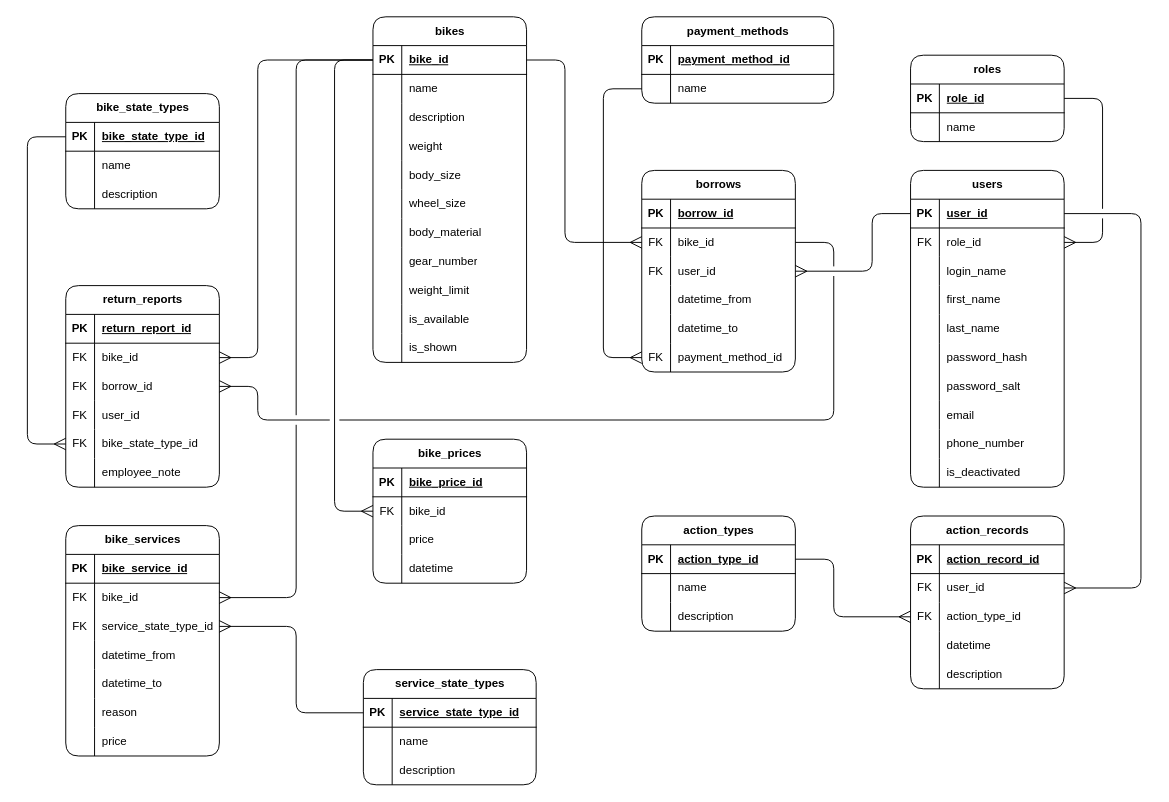
Above: page "ER Diagram" (6 of 6) of diagrams.drawio in KrazyManJ/jolt (draw.io), before the change. Source tidied: cells renumbered, new cells numbered last; positions are measured from the earlier drawing's top-left corner, leaving out a move shared by most shapes. Both pictures are drawn from the tidied source at 96%, with x=0, y=0 at pixel (27, 16).
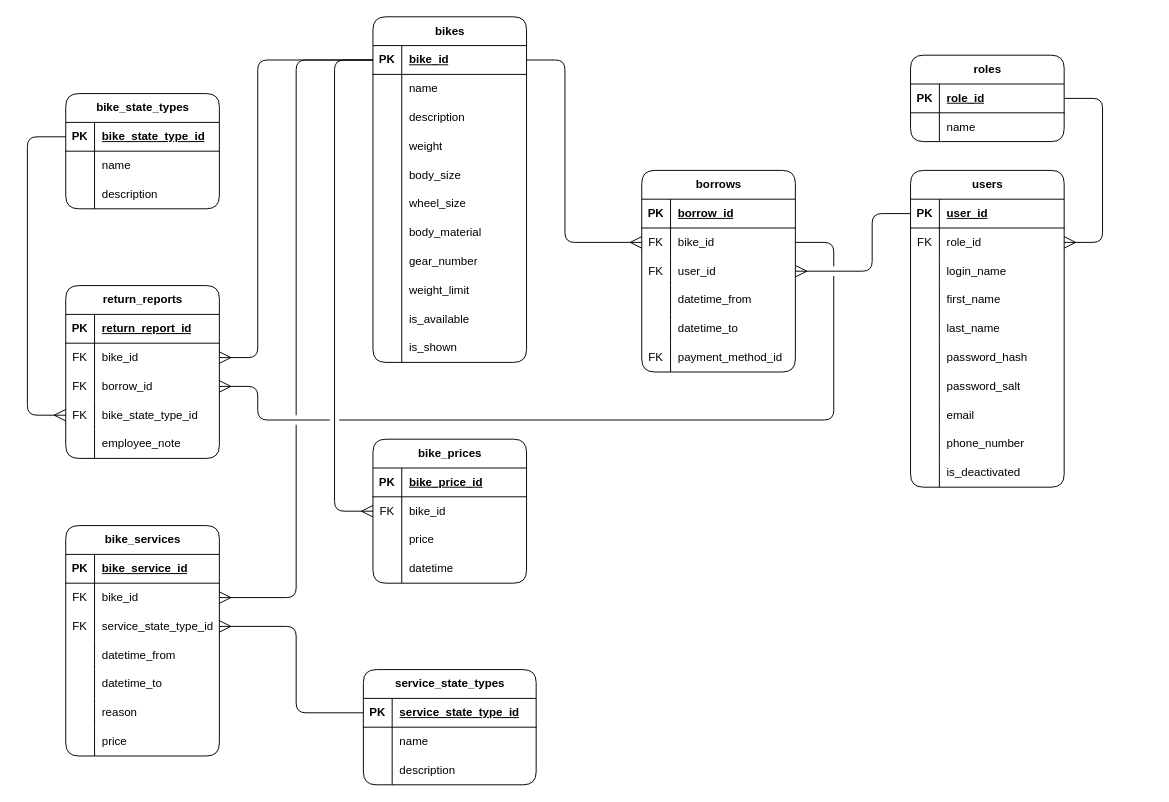
After the change.

The change refers to these unchanged cells:
```xml
<mxCell id="52" style="shape=tableRow;horizontal=0;startSize=0;swimlaneHead=0;swimlaneBody=0;fillColor=none;points=[[0,0.5],[1,0.5]];portConstraint=eastwest;top=0;left=0;right=0;bottom=0;html=1;" parent="36" vertex="1">
  <mxGeometry y="180" width="160" height="30" as="geometry" />
</mxCell>
<mxCell id="71" style="shape=tableRow;horizontal=0;startSize=0;swimlaneHead=0;swimlaneBody=0;fillColor=none;points=[[0,0.5],[1,0.5]];portConstraint=eastwest;top=0;left=0;right=0;bottom=1;html=1;" parent="70" vertex="1">
  <mxGeometry y="30" width="160" height="30" as="geometry" />
</mxCell>
<mxCell id="183" style="shape=tableRow;horizontal=0;startSize=0;swimlaneHead=0;swimlaneBody=0;fillColor=none;points=[[0,0.5],[1,0.5]];portConstraint=eastwest;top=0;left=0;right=0;bottom=1;html=1;" parent="182" vertex="1">
  <mxGeometry y="30" width="160" height="30" as="geometry" />
</mxCell>
```

Diff of the diagram source:
```diff
@@
-    <mxCell id="102" value="action_records" style="shape=table;startSize=30;childLayout=tableLayout;rowLines=0;fontStyle=1;align=center;html=1;rounded=1;" parent="1" vertex="1">
-      <mxGeometry x="920" y="520" width="160" height="180" as="geometry" />
-    </mxCell>
-    <mxCell id="103" style="shape=tableRow;horizontal=0;startSize=0;swimlaneHead=0;swimlaneBody=0;fillColor=none;top=0;left=0;right=0;bottom=1;html=1;" parent="102" vertex="1">
-      <mxGeometry y="30" width="160" height="30" as="geometry" />
-    </mxCell>
-    <mxCell id="104" value="PK" style="shape=partialRectangle;fillColor=none;top=0;left=0;bottom=0;right=0;fontStyle=1;overflow=hidden;html=1;" parent="103" vertex="1">
-      <mxGeometry width="30" height="30" as="geometry" />
-    </mxCell>
-    <mxCell id="105" value="action_record_id" style="shape=partialRectangle;fillColor=none;top=0;left=0;bottom=0;right=0;align=left;spacingLeft=6;fontStyle=5;overflow=hidden;html=1;" parent="103" vertex="1">
-      <mxGeometry x="30" width="130" height="30" as="geometry" />
-    </mxCell>
-    <mxCell id="106" style="shape=tableRow;horizontal=0;startSize=0;swimlaneHead=0;swimlaneBody=0;fillColor=none;points=[[0,0.5],[1,0.5]];portConstraint=eastwest;top=0;left=0;right=0;bottom=0;html=1;" parent="102" vertex="1">
-      <mxGeometry y="60" width="160" height="30" as="geometry" />
-    </mxCell>
-    <mxCell id="107" value="FK" style="shape=partialRectangle;fillColor=none;top=0;left=0;bottom=0;right=0;overflow=hidden;html=1;fontStyle=0;" parent="106" vertex="1">
-      <mxGeometry width="30" height="30" as="geometry" />
-    </mxCell>
-    <mxCell id="108" value="user_id" style="shape=partialRectangle;fillColor=none;top=0;left=0;bottom=0;right=0;align=left;spacingLeft=6;overflow=hidden;html=1;" parent="106" vertex="1">
-      <mxGeometry x="30" width="130" height="30" as="geometry" />
-    </mxCell>
-    <mxCell id="109" style="shape=tableRow;horizontal=0;startSize=0;swimlaneHead=0;swimlaneBody=0;fillColor=none;points=[[0,0.5],[1,0.5]];portConstraint=eastwest;top=0;left=0;right=0;bottom=0;html=1;" parent="102" vertex="1">
-      <mxGeometry y="90" width="160" height="30" as="geometry" />
-    </mxCell>
-    <mxCell id="110" value="FK" style="shape=partialRectangle;fillColor=none;top=0;left=0;bottom=0;right=0;overflow=hidden;html=1;fontStyle=0;" parent="109" vertex="1">
-      <mxGeometry width="30" height="30" as="geometry" />
-    </mxCell>
-    <mxCell id="111" value="action_type_id" style="shape=partialRectangle;fillColor=none;top=0;left=0;bottom=0;right=0;align=left;spacingLeft=6;overflow=hidden;html=1;" parent="109" vertex="1">
-      <mxGeometry x="30" width="130" height="30" as="geometry" />
-    </mxCell>
-    <mxCell id="112" style="shape=tableRow;horizontal=0;startSize=0;swimlaneHead=0;swimlaneBody=0;fillColor=none;top=0;left=0;right=0;bottom=0;html=1;" parent="102" vertex="1">
-      <mxGeometry y="120" width="160" height="30" as="geometry" />
-    </mxCell>
-    <mxCell id="113" style="shape=partialRectangle;fillColor=none;top=0;left=0;bottom=0;right=0;overflow=hidden;html=1;fontStyle=0;" parent="112" vertex="1">
-      <mxGeometry width="30" height="30" as="geometry" />
-    </mxCell>
-    <mxCell id="114" value="datetime" style="shape=partialRectangle;fillColor=none;top=0;left=0;bottom=0;right=0;align=left;spacingLeft=6;overflow=hidden;html=1;" parent="112" vertex="1">
-      <mxGeometry x="30" width="130" height="30" as="geometry" />
-    </mxCell>
-    <mxCell id="115" style="shape=tableRow;horizontal=0;startSize=0;swimlaneHead=0;swimlaneBody=0;fillColor=none;top=0;left=0;right=0;bottom=0;html=1;" parent="102" vertex="1">
-      <mxGeometry y="150" width="160" height="30" as="geometry" />
-    </mxCell>
-    <mxCell id="116" style="shape=partialRectangle;fillColor=none;top=0;left=0;bottom=0;right=0;overflow=hidden;html=1;fontStyle=0;" parent="115" vertex="1">
-      <mxGeometry width="30" height="30" as="geometry" />
-    </mxCell>
-    <mxCell id="117" value="description" style="shape=partialRectangle;fillColor=none;top=0;left=0;bottom=0;right=0;align=left;spacingLeft=6;overflow=hidden;html=1;" parent="115" vertex="1">
-      <mxGeometry x="30" width="130" height="30" as="geometry" />
-    </mxCell>
-    <mxCell id="118" value="action_types" style="shape=table;startSize=30;childLayout=tableLayout;rowLines=0;fontStyle=1;align=center;html=1;rounded=1;" parent="1" vertex="1">
-      <mxGeometry x="640" y="520" width="160" height="120" as="geometry" />
-    </mxCell>
-    <mxCell id="119" style="shape=tableRow;horizontal=0;startSize=0;swimlaneHead=0;swimlaneBody=0;fillColor=none;points=[[0,0.5],[1,0.5]];portConstraint=eastwest;top=0;left=0;right=0;bottom=1;html=1;" parent="118" vertex="1">
-      <mxGeometry y="30" width="160" height="30" as="geometry" />
-    </mxCell>
-    <mxCell id="120" value="PK" style="shape=partialRectangle;fillColor=none;top=0;left=0;bottom=0;right=0;fontStyle=1;overflow=hidden;html=1;" parent="119" vertex="1">
-      <mxGeometry width="30" height="30" as="geometry" />
-    </mxCell>
-    <mxCell id="121" value="action_type_id" style="shape=partialRectangle;fillColor=none;top=0;left=0;bottom=0;right=0;align=left;spacingLeft=6;fontStyle=5;overflow=hidden;html=1;" parent="119" vertex="1">
-      <mxGeometry x="30" width="130" height="30" as="geometry" />
-    </mxCell>
-    <mxCell id="122" style="shape=tableRow;horizontal=0;startSize=0;swimlaneHead=0;swimlaneBody=0;fillColor=none;top=0;left=0;right=0;bottom=0;html=1;" parent="118" vertex="1">
-      <mxGeometry y="60" width="160" height="30" as="geometry" />
-    </mxCell>
-    <mxCell id="123" style="shape=partialRectangle;fillColor=none;top=0;left=0;bottom=0;right=0;overflow=hidden;html=1;fontStyle=0;" parent="122" vertex="1">
-      <mxGeometry width="30" height="30" as="geometry" />
-    </mxCell>
-    <mxCell id="124" value="name" style="shape=partialRectangle;fillColor=none;top=0;left=0;bottom=0;right=0;align=left;spacingLeft=6;overflow=hidden;html=1;" parent="122" vertex="1">
-      <mxGeometry x="30" width="130" height="30" as="geometry" />
-    </mxCell>
-    <mxCell id="125" style="shape=tableRow;horizontal=0;startSize=0;swimlaneHead=0;swimlaneBody=0;fillColor=none;top=0;left=0;right=0;bottom=0;html=1;" parent="118" vertex="1">
-      <mxGeometry y="90" width="160" height="30" as="geometry" />
-    </mxCell>
-    <mxCell id="126" style="shape=partialRectangle;fillColor=none;top=0;left=0;bottom=0;right=0;overflow=hidden;html=1;fontStyle=0;" parent="125" vertex="1">
-      <mxGeometry width="30" height="30" as="geometry" />
-    </mxCell>
-    <mxCell id="127" value="description" style="shape=partialRectangle;fillColor=none;top=0;left=0;bottom=0;right=0;align=left;spacingLeft=6;overflow=hidden;html=1;" parent="125" vertex="1">
-      <mxGeometry x="30" width="130" height="30" as="geometry" />
-    </mxCell>
-    <mxCell id="128" style="edgeStyle=orthogonalEdgeStyle;rounded=1;jettySize=auto;html=1;entryX=1;entryY=0.5;entryDx=0;entryDy=0;startArrow=ERmany;startFill=0;endArrow=none;endFill=0;startSize=10;endSize=10;jumpStyle=gap;jumpSize=10;" parent="1" edge="1" source="109" target="119">
-      <mxGeometry relative="1" as="geometry">
-        <Array as="points">
-          <mxPoint x="840" y="625" />
-          <mxPoint x="840" y="565" />
-        </Array>
-      </mxGeometry>
-    </mxCell>
-    <mxCell id="129" style="edgeStyle=orthogonalEdgeStyle;rounded=1;jettySize=auto;html=1;exitX=1;exitY=0.5;exitDx=0;exitDy=0;startArrow=ERmany;startFill=0;endArrow=none;endFill=0;startSize=10;endSize=10;jumpStyle=gap;jumpSize=10;entryX=1;entryY=0.5;entryDx=0;entryDy=0;" parent="1" edge="1" source="106" target="71">
-      <mxGeometry relative="1" as="geometry">
-        <Array as="points">
-          <mxPoint x="1160" y="595" />
-          <mxPoint x="1160" y="205" />
-        </Array>
-      </mxGeometry>
-    </mxCell>
@@
     <mxCell id="160" value="return_reports" style="shape=table;startSize=30;childLayout=tableLayout;rowLines=0;fontStyle=1;align=center;html=1;rounded=1;" parent="1" vertex="1">
-      <mxGeometry x="40" y="280" width="160" height="210" as="geometry" />
+      <mxGeometry x="40" y="280" width="160" height="180" as="geometry" />
     </mxCell>
@@
-    <mxCell id="170" style="shape=tableRow;horizontal=0;startSize=0;swimlaneHead=0;swimlaneBody=0;fillColor=none;top=0;left=0;right=0;bottom=0;html=1;" parent="160" vertex="1">
-      <mxGeometry y="120" width="160" height="30" as="geometry" />
-    </mxCell>
-    <mxCell id="171" value="FK" style="shape=partialRectangle;fillColor=none;top=0;left=0;bottom=0;right=0;overflow=hidden;html=1;fontStyle=0;" parent="170" vertex="1">
-      <mxGeometry width="30" height="30" as="geometry" />
-    </mxCell>
-    <mxCell id="172" value="user_id" style="shape=partialRectangle;fillColor=none;top=0;left=0;bottom=0;right=0;align=left;spacingLeft=6;overflow=hidden;html=1;" parent="170" vertex="1">
-      <mxGeometry x="30" width="130" height="30" as="geometry" />
-    </mxCell>
     <mxCell id="173" style="shape=tableRow;horizontal=0;startSize=0;swimlaneHead=0;swimlaneBody=0;fillColor=none;points=[[0,0.5],[1,0.5]];portConstraint=eastwest;top=0;left=0;right=0;bottom=0;html=1;" parent="160" vertex="1">
-      <mxGeometry y="150" width="160" height="30" as="geometry" />
+      <mxGeometry y="120" width="160" height="30" as="geometry" />
     </mxCell>
@@
     <mxCell id="176" style="shape=tableRow;horizontal=0;startSize=0;swimlaneHead=0;swimlaneBody=0;fillColor=none;top=0;left=0;right=0;bottom=0;html=1;" parent="160" vertex="1">
-      <mxGeometry y="180" width="160" height="30" as="geometry" />
+      <mxGeometry y="150" width="160" height="30" as="geometry" />
     </mxCell>
@@
     <mxCell id="192" style="edgeStyle=orthogonalEdgeStyle;rounded=1;jumpStyle=gap;jumpSize=10;jettySize=auto;html=1;exitX=0;exitY=0.5;exitDx=0;exitDy=0;entryX=0;entryY=0.5;entryDx=0;entryDy=0;endArrow=ERmany;endFill=0;startSize=10;endSize=10;" parent="1" edge="1" source="183" target="173">
       <mxGeometry relative="1" as="geometry">
         <Array as="points">
           <mxPoint y="125" />
-          <mxPoint y="445" />
+          <mxPoint y="415" />
         </Array>
       </mxGeometry>
     </mxCell>
@@
-    <mxCell id="204" value="payment_methods" style="shape=table;startSize=30;childLayout=tableLayout;rowLines=0;fontStyle=1;align=center;html=1;rounded=1;" parent="1" vertex="1">
-      <mxGeometry x="640" width="200" height="90" as="geometry" />
-    </mxCell>
-    <mxCell id="205" style="shape=tableRow;horizontal=0;startSize=0;swimlaneHead=0;swimlaneBody=0;fillColor=none;top=0;left=0;right=0;bottom=1;html=1;" parent="204" vertex="1">
-      <mxGeometry y="30" width="200" height="30" as="geometry" />
-    </mxCell>
-    <mxCell id="206" value="PK" style="shape=partialRectangle;fillColor=none;top=0;left=0;bottom=0;right=0;fontStyle=1;overflow=hidden;html=1;" parent="205" vertex="1">
-      <mxGeometry width="30" height="30" as="geometry" />
-    </mxCell>
-    <mxCell id="207" value="payment_method_id" style="shape=partialRectangle;fillColor=none;top=0;left=0;bottom=0;right=0;align=left;spacingLeft=6;fontStyle=5;overflow=hidden;html=1;" parent="205" vertex="1">
-      <mxGeometry x="30" width="170" height="30" as="geometry" />
-    </mxCell>
-    <mxCell id="208" style="shape=tableRow;horizontal=0;startSize=0;swimlaneHead=0;swimlaneBody=0;fillColor=none;points=[[0,0.5],[1,0.5]];portConstraint=eastwest;top=0;left=0;right=0;bottom=0;html=1;" parent="204" vertex="1">
-      <mxGeometry y="60" width="200" height="30" as="geometry" />
-    </mxCell>
-    <mxCell id="209" style="shape=partialRectangle;fillColor=none;top=0;left=0;bottom=0;right=0;overflow=hidden;html=1;fontStyle=0;" parent="208" vertex="1">
-      <mxGeometry width="30" height="30" as="geometry" />
-    </mxCell>
-    <mxCell id="210" value="name" style="shape=partialRectangle;fillColor=none;top=0;left=0;bottom=0;right=0;align=left;spacingLeft=6;overflow=hidden;html=1;" parent="208" vertex="1">
-      <mxGeometry x="30" width="170" height="30" as="geometry" />
-    </mxCell>
-    <mxCell id="211" style="edgeStyle=orthogonalEdgeStyle;rounded=1;jettySize=auto;html=1;exitX=0;exitY=0.5;exitDx=0;exitDy=0;entryX=0;entryY=0.5;entryDx=0;entryDy=0;endSize=10;startSize=10;jumpSize=10;endArrow=none;endFill=0;startArrow=ERmany;startFill=0;" parent="1" edge="1" source="52" target="208">
-      <mxGeometry relative="1" as="geometry">
-        <Array as="points">
-          <mxPoint x="600" y="355" />
-          <mxPoint x="600" y="75" />
-        </Array>
-      </mxGeometry>
-    </mxCell>
```
